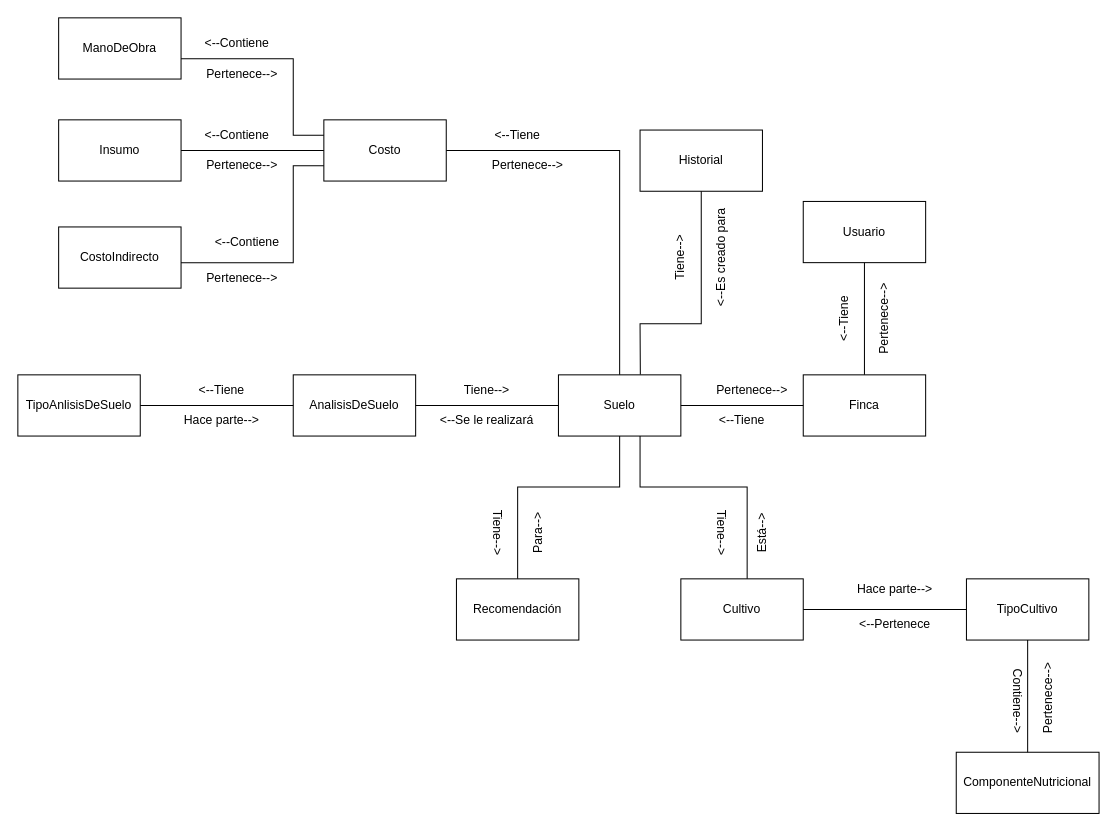
The draw.io diagram CropScan.drawio in 1193090526alexander/IngenieriaDeSotwareII, before the edit. Source tidied: cells renumbered, new cells numbered last; positions are measured from the earlier drawing's top-left corner, leaving out a move shared by most shapes. Both pictures are drawn from the tidied source at 102%, with x=0, y=0 at pixel (17, 17).
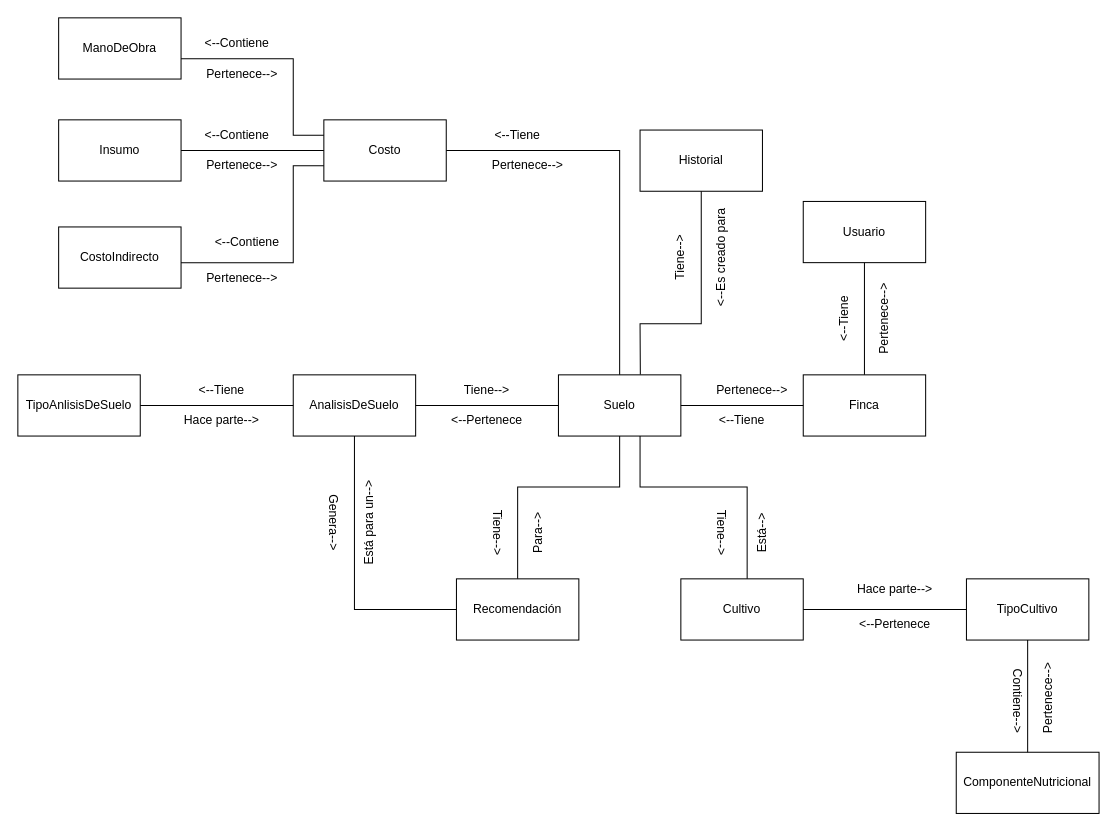
After the change.

The change refers to these unchanged cells:
```xml
<mxCell id="17" value="Recomendación" style="rounded=0;whiteSpace=wrap;html=1;" parent="1" vertex="1">
  <mxGeometry x="430" y="550" width="120" height="60" as="geometry" />
</mxCell>
```

Change to the diagram source:
```diff
@@
-    <mxCell id="7" value="&amp;lt;--Se le realizará" style="text;html=1;strokeColor=none;fillColor=none;align=center;verticalAlign=middle;whiteSpace=wrap;rounded=0;" parent="1" vertex="1">
+    <mxCell id="7" value="&amp;lt;--Pertenece" style="text;html=1;strokeColor=none;fillColor=none;align=center;verticalAlign=middle;whiteSpace=wrap;rounded=0;" parent="1" vertex="1">
       <mxGeometry x="410" y="380" width="100" height="30" as="geometry" />
     </mxCell>
@@
+    <mxCell id="55" style="endArrow=none;html=1;rounded=0;exitX=0;exitY=0.5;exitDx=0;exitDy=0;" parent="1" edge="1" source="17">
+      <mxGeometry relative="1" as="geometry">
+        <mxPoint x="330" y="410" as="targetPoint" />
+        <Array as="points">
+          <mxPoint x="330" y="580" />
+        </Array>
+      </mxGeometry>
+    </mxCell>
+    <mxCell id="56" value="Está para un--&amp;gt;" style="text;html=1;strokeColor=none;fillColor=none;align=center;verticalAlign=middle;whiteSpace=wrap;rounded=0;rotation=270;" parent="1" vertex="1">
+      <mxGeometry x="300" y="480" width="90" height="30" as="geometry" />
+    </mxCell>
+    <mxCell id="57" value="Genera--&amp;gt;" style="text;html=1;strokeColor=none;fillColor=none;align=center;verticalAlign=middle;whiteSpace=wrap;rounded=0;rotation=90;" parent="1" vertex="1">
+      <mxGeometry x="280" y="480" width="60" height="30" as="geometry" />
+    </mxCell>
```
